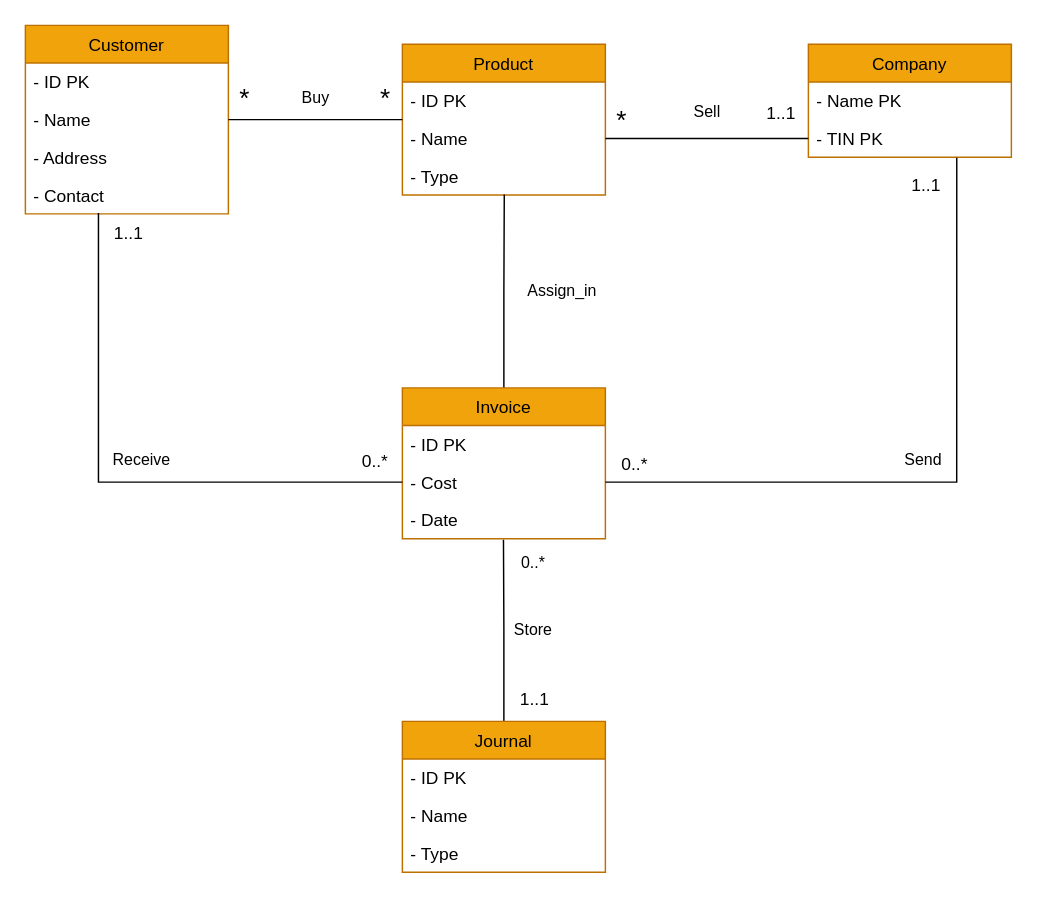
Earlier version of the draw.io diagram page "UML" (2 of 3) of ERD_UML.drawio (6210612864/projectCN230). Source tidied: cells renumbered, new cells numbered last; positions are measured from the earlier drawing's top-left corner, leaving out a move shared by most shapes. Both pictures are drawn from the tidied source at 145%, with x=0, y=0 at pixel (25, 25).
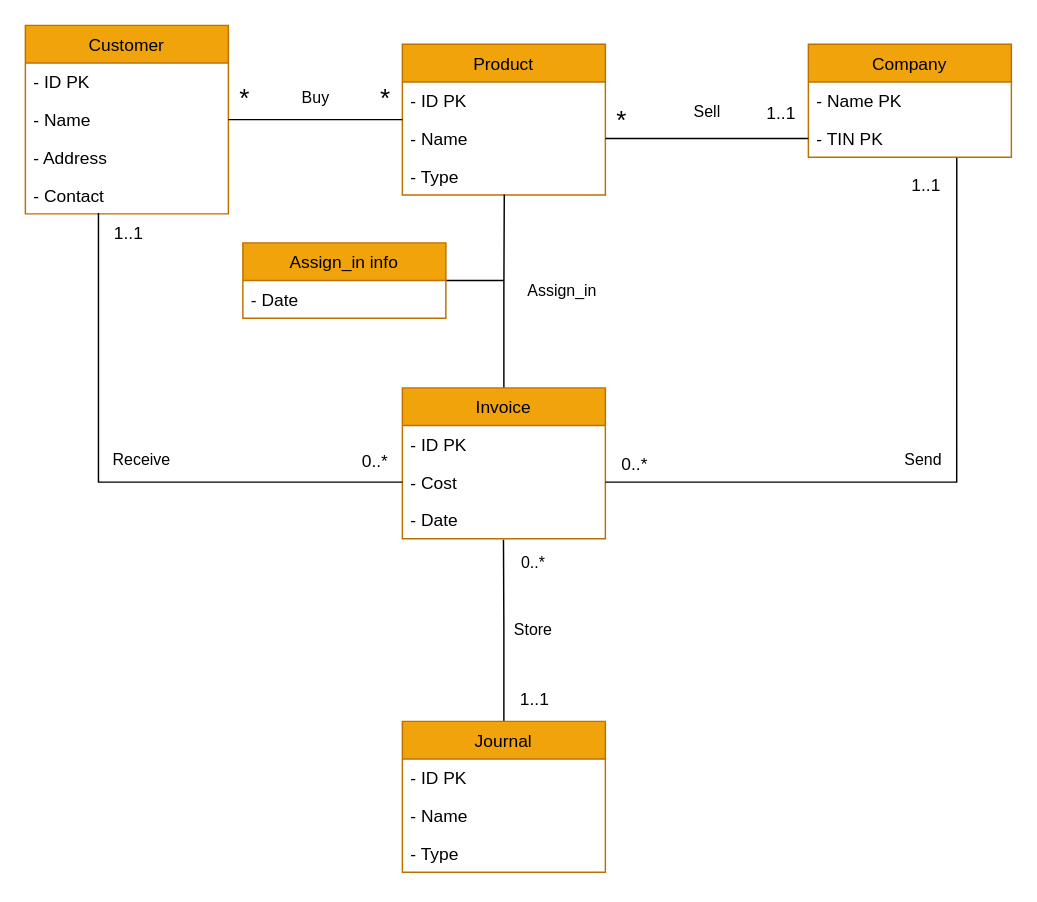
The same diagram, later.

What changed in the source:
```diff
@@
+    <mxCell id="38" style="edgeStyle=orthogonalEdgeStyle;rounded=0;jettySize=auto;html=1;endArrow=none;endFill=0;" parent="1" edge="1" source="39">
+      <mxGeometry relative="1" as="geometry">
+        <mxPoint x="330" y="176" as="targetPoint" />
+      </mxGeometry>
+    </mxCell>
+    <mxCell id="39" value="Assign_in info" style="swimlane;fontStyle=0;horizontal=1;startSize=26;labelBackgroundColor=none;fillColor=#f0a30a;strokeColor=#BD7000;fontColor=#000000;" parent="1" vertex="1">
+      <mxGeometry x="150" y="150" width="140" height="52" as="geometry" />
+    </mxCell>
+    <mxCell id="40" value="- Date" style="text;align=left;verticalAlign=top;spacingLeft=4;spacingRight=4;overflow=hidden;labelBackgroundColor=none;" parent="39" vertex="1">
+      <mxGeometry y="26" width="140" height="26" as="geometry" />
+    </mxCell>
```
